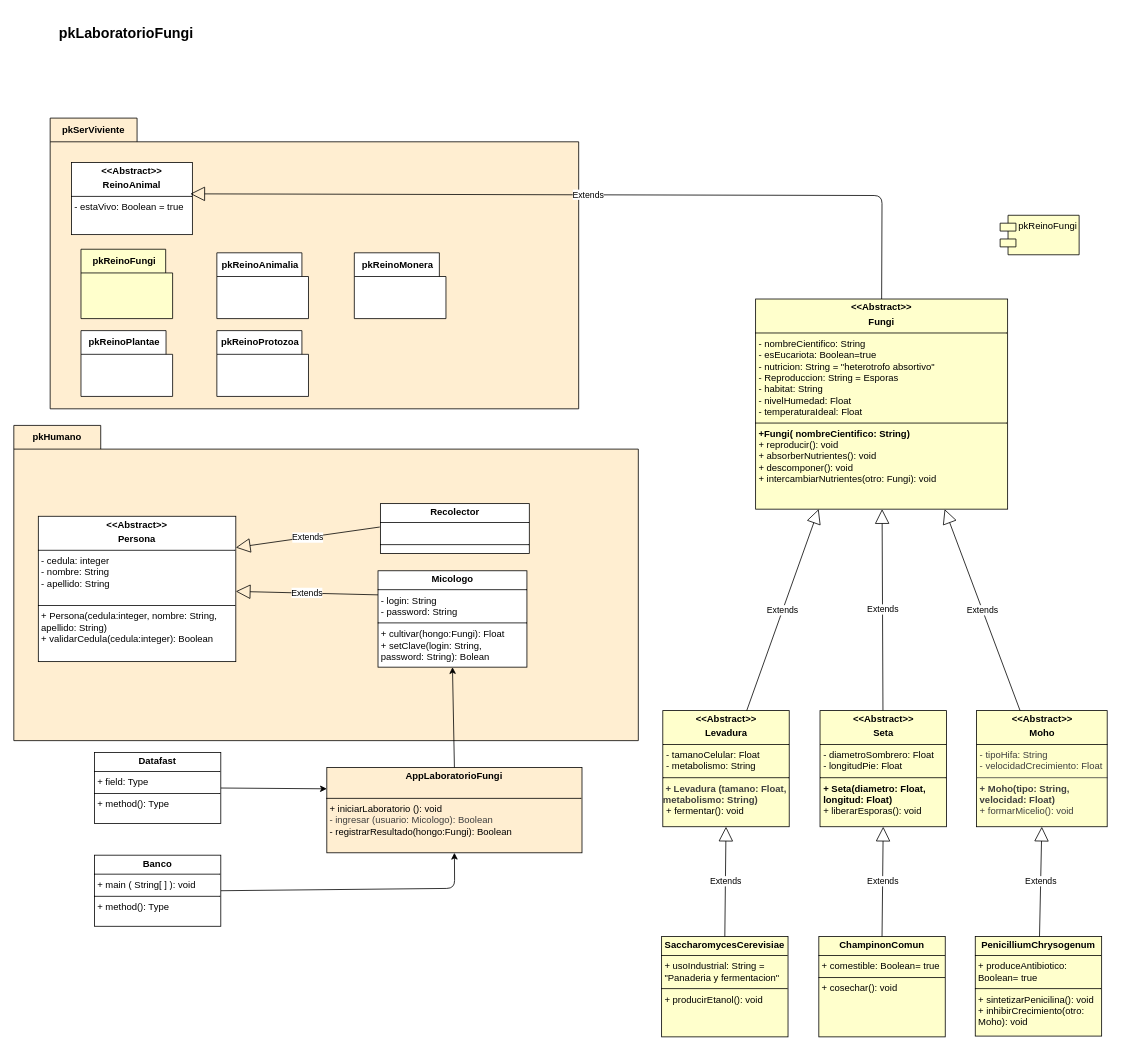
This is desing/Desing2/ClassDiagram.drawio from larry2004h-hash/ProyectoReinoFungi, a draw.io file, before an edit. Source tidied: cells renumbered, new cells numbered last; positions are measured from the earlier drawing's top-left corner, leaving out a move shared by most shapes. Both pictures are drawn from the tidied source at 79%, with x=0, y=0 at pixel (13, 13).
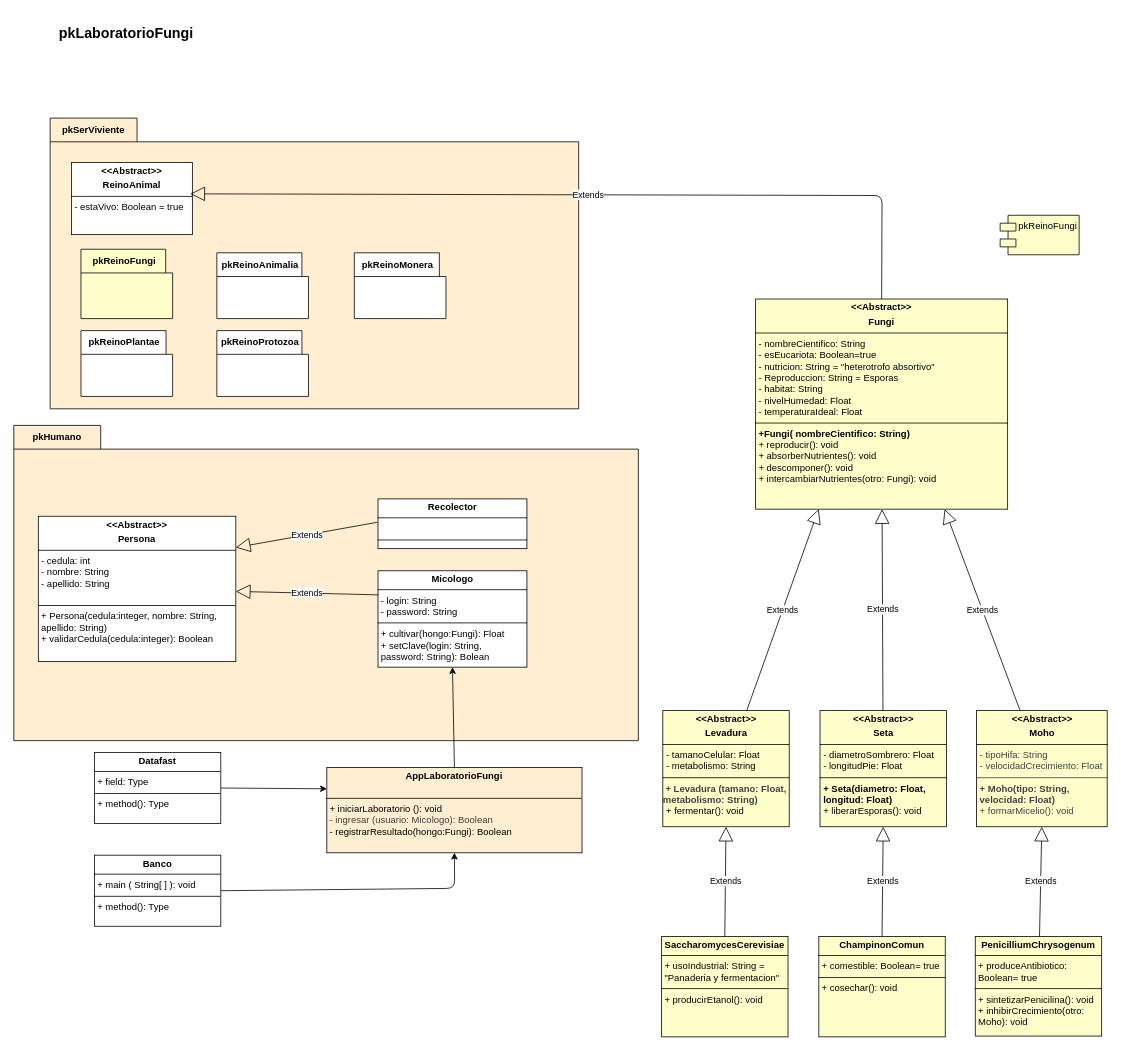
The same diagram, later.

Commit message:
Package Humano

Unchanged cells that the change refers to:
```xml
<mxCell id="2" value="pkHumano" style="shape=folder;fontStyle=1;tabWidth=110;tabHeight=30;tabPosition=left;html=1;boundedLbl=1;labelInHeader=1;whiteSpace=wrap;fillColor=#FFEED1;" parent="1" vertex="1">
  <mxGeometry y="521" width="790.5" height="399" as="geometry" />
</mxCell>
```

The edit, as a diff of the source:
```diff
@@
-    <mxCell id="4" value="&lt;p style=&quot;margin:0px;margin-top:4px;text-align:center;&quot;&gt;&lt;b&gt;&amp;lt;&amp;lt;Abstract&amp;gt;&amp;gt;&lt;/b&gt;&lt;/p&gt;&lt;p style=&quot;margin:0px;margin-top:4px;text-align:center;&quot;&gt;&lt;b&gt;Persona&lt;/b&gt;&lt;/p&gt;&lt;hr size=&quot;1&quot; style=&quot;border-style:solid;&quot;&gt;&lt;p style=&quot;margin:0px;margin-left:4px;&quot;&gt;- cedula: integer&lt;/p&gt;&lt;p style=&quot;margin:0px;margin-left:4px;&quot;&gt;- nombre: String&lt;/p&gt;&lt;p style=&quot;margin:0px;margin-left:4px;&quot;&gt;- apellido: String&lt;/p&gt;&lt;p style=&quot;margin:0px;margin-left:4px;&quot;&gt;&lt;br&gt;&lt;/p&gt;&lt;hr size=&quot;1&quot; style=&quot;border-style:solid;&quot;&gt;&lt;p style=&quot;margin:0px;margin-left:4px;&quot;&gt;+ Persona(cedula:integer, nombre: String, apellido: String)&lt;/p&gt;&lt;p style=&quot;margin:0px;margin-left:4px;&quot;&gt;+ validarCedula(cedula:integer): Boolean&lt;/p&gt;" style="verticalAlign=top;align=left;overflow=fill;html=1;whiteSpace=wrap;" parent="2" vertex="1">
+    <mxCell id="4" value="&lt;p style=&quot;margin:0px;margin-top:4px;text-align:center;&quot;&gt;&lt;b&gt;&amp;lt;&amp;lt;Abstract&amp;gt;&amp;gt;&lt;/b&gt;&lt;/p&gt;&lt;p style=&quot;margin:0px;margin-top:4px;text-align:center;&quot;&gt;&lt;b&gt;Persona&lt;/b&gt;&lt;/p&gt;&lt;hr size=&quot;1&quot; style=&quot;border-style:solid;&quot;&gt;&lt;p style=&quot;margin:0px;margin-left:4px;&quot;&gt;- cedula: int&lt;/p&gt;&lt;p style=&quot;margin:0px;margin-left:4px;&quot;&gt;- nombre: String&lt;/p&gt;&lt;p style=&quot;margin:0px;margin-left:4px;&quot;&gt;- apellido: String&lt;/p&gt;&lt;p style=&quot;margin:0px;margin-left:4px;&quot;&gt;&lt;br&gt;&lt;/p&gt;&lt;hr size=&quot;1&quot; style=&quot;border-style:solid;&quot;&gt;&lt;p style=&quot;margin:0px;margin-left:4px;&quot;&gt;+ Persona(cedula:integer, nombre: String, apellido: String)&lt;/p&gt;&lt;p style=&quot;margin:0px;margin-left:4px;&quot;&gt;+ validarCedula(cedula:integer): Boolean&lt;/p&gt;" style="verticalAlign=top;align=left;overflow=fill;html=1;whiteSpace=wrap;" parent="2" vertex="1">
       <mxGeometry x="31" y="115" width="250" height="184" as="geometry" />
     </mxCell>
@@
     <mxCell id="7" value="&lt;p style=&quot;margin:0px;margin-top:4px;text-align:center;&quot;&gt;&lt;b&gt;Recolector&lt;/b&gt;&lt;/p&gt;&lt;hr style=&quot;border-style:solid;&quot; size=&quot;1&quot;&gt;&lt;p style=&quot;scrollbar-color: rgb(75, 75, 75) rgb(27, 29, 30); margin: 0px 0px 0px 4px;&quot;&gt;&lt;br&gt;&lt;/p&gt;&lt;hr style=&quot;border-style:solid;&quot; size=&quot;1&quot;&gt;&lt;p style=&quot;scrollbar-color: rgb(75, 75, 75) rgb(27, 29, 30); margin: 0px 0px 0px 4px;&quot;&gt;&lt;br&gt;&lt;/p&gt;" style="verticalAlign=top;align=left;overflow=fill;html=1;whiteSpace=wrap;fontColor=default;" parent="2" vertex="1">
-      <mxGeometry x="464" y="99" width="188.5" height="63" as="geometry" />
+      <mxGeometry x="461" y="93" width="188.5" height="63" as="geometry" />
     </mxCell>
```
